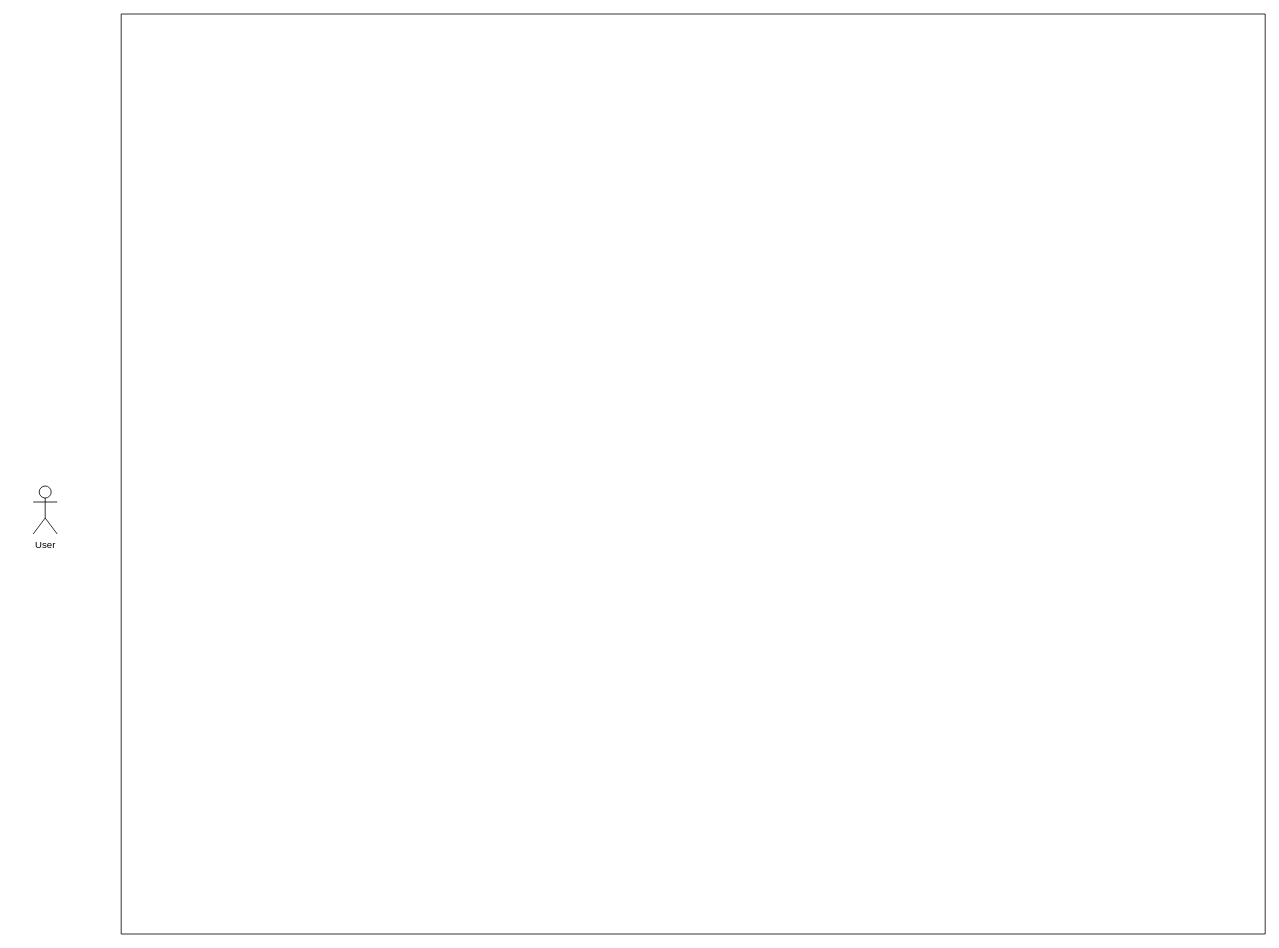
This is PrecedentDia.drawio from hard-gainer/UML, a draw.io file, before an edit. Source tidied: cells renumbered, new cells numbered last; positions are measured from the earlier drawing's top-left corner, leaving out a move shared by most shapes. Both pictures are drawn from the tidied source at 80%, with x=0, y=0 at pixel (33, 14).
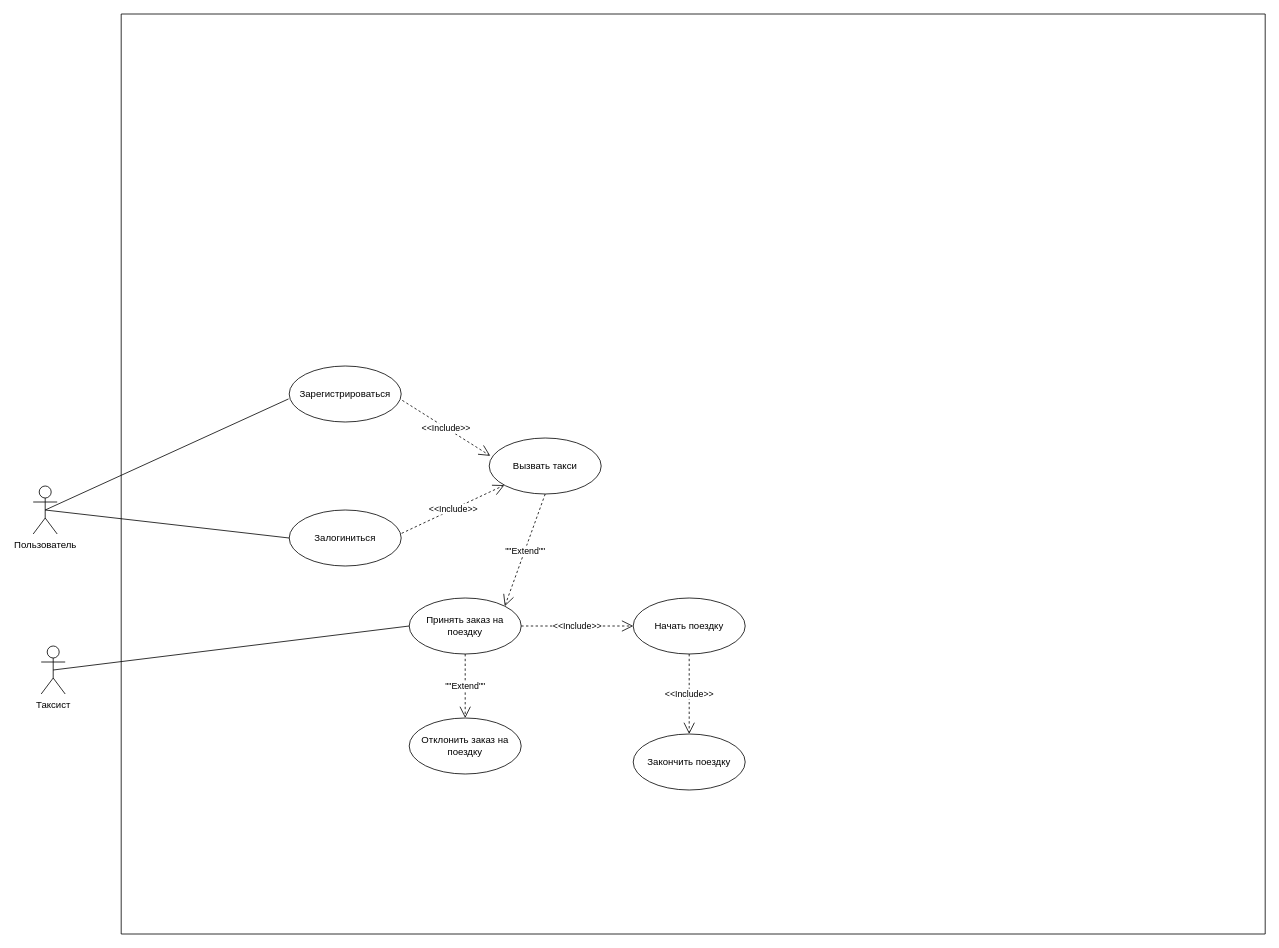
The same page after the edit.

Unchanged cells that the change refers to:
```xml
<mxCell id="3" style="swimlane;startSize=0;" parent="1" vertex="1">
  <mxGeometry x="110" width="1430" height="1150" as="geometry" />
</mxCell>
```

The edit, as a diff of the source:
```diff
@@
-    <mxCell id="2" value="User" style="shape=umlActor;verticalLabelPosition=bottom;verticalAlign=top;html=1;" parent="1" vertex="1">
+    <mxCell id="2" value="Пользователь" style="shape=umlActor;verticalLabelPosition=bottom;verticalAlign=top;html=1;" parent="1" vertex="1">
       <mxGeometry y="590" width="30" height="60" as="geometry" />
     </mxCell>
@@
+    <mxCell id="4" value="Зарегистрироваться" style="ellipse;whiteSpace=wrap;html=1;" parent="3" vertex="1">
+      <mxGeometry x="210" y="440" width="140" height="70" as="geometry" />
+    </mxCell>
+    <mxCell id="5" value="Залогиниться" style="ellipse;whiteSpace=wrap;html=1;" parent="3" vertex="1">
+      <mxGeometry x="210" y="620" width="140" height="70" as="geometry" />
+    </mxCell>
+    <mxCell id="6" value="Вызвать такси" style="ellipse;whiteSpace=wrap;html=1;" parent="3" vertex="1">
+      <mxGeometry x="460" y="530" width="140" height="70" as="geometry" />
+    </mxCell>
+    <mxCell id="7" value="&amp;lt;&amp;lt;Include&amp;gt;&amp;gt;" style="endArrow=open;endSize=12;dashed=1;html=1;rounded=0;exitX=1.004;exitY=0.417;exitDx=0;exitDy=0;exitPerimeter=0;" parent="3" edge="1" source="5" target="6">
+      <mxGeometry relative="1" as="geometry" />
+    </mxCell>
+    <mxCell id="8" value="&amp;lt;&amp;lt;Include&amp;gt;&amp;gt;" style="endArrow=open;endSize=12;dashed=1;html=1;rounded=0;exitX=1.01;exitY=0.614;exitDx=0;exitDy=0;entryX=0.01;entryY=0.319;entryDx=0;entryDy=0;entryPerimeter=0;exitPerimeter=0;" parent="3" edge="1" source="4" target="6">
+      <mxGeometry relative="1" as="geometry" />
+    </mxCell>
+    <mxCell id="9" value="Принять заказ на поездку" style="ellipse;whiteSpace=wrap;html=1;" parent="3" vertex="1">
+      <mxGeometry x="360" y="730" width="140" height="70" as="geometry" />
+    </mxCell>
+    <mxCell id="10" value="Отклонить заказ на поездку" style="ellipse;whiteSpace=wrap;html=1;" parent="3" vertex="1">
+      <mxGeometry x="360" y="880" width="140" height="70" as="geometry" />
+    </mxCell>
+    <mxCell id="11" value="&quot;&quot;Extend&quot;&quot;" style="endArrow=open;endSize=12;dashed=1;html=1;rounded=0;exitX=0.5;exitY=1;exitDx=0;exitDy=0;entryX=1;entryY=0;entryDx=0;entryDy=0;" parent="3" edge="1" source="6" target="9">
+      <mxGeometry relative="1" as="geometry" />
+    </mxCell>
+    <mxCell id="12" value="&quot;&quot;Extend&quot;&quot;" style="endArrow=open;endSize=12;dashed=1;html=1;rounded=0;exitX=0.5;exitY=1;exitDx=0;exitDy=0;entryX=0.5;entryY=0;entryDx=0;entryDy=0;" parent="3" edge="1" source="9" target="10">
+      <mxGeometry relative="1" as="geometry" />
+    </mxCell>
+    <mxCell id="13" value="Начать поездку" style="ellipse;whiteSpace=wrap;html=1;" parent="3" vertex="1">
+      <mxGeometry x="640" y="730" width="140" height="70" as="geometry" />
+    </mxCell>
+    <mxCell id="14" value="Закончить поездку" style="ellipse;whiteSpace=wrap;html=1;" parent="3" vertex="1">
+      <mxGeometry x="640" y="900" width="140" height="70" as="geometry" />
+    </mxCell>
+    <mxCell id="15" value="&amp;lt;&amp;lt;Include&amp;gt;&amp;gt;" style="endArrow=open;endSize=12;dashed=1;html=1;rounded=0;exitX=1;exitY=0.5;exitDx=0;exitDy=0;entryX=0;entryY=0.5;entryDx=0;entryDy=0;" parent="3" edge="1" source="9" target="13">
+      <mxGeometry relative="1" as="geometry" />
+    </mxCell>
+    <mxCell id="16" value="&amp;lt;&amp;lt;Include&amp;gt;&amp;gt;" style="endArrow=open;endSize=12;dashed=1;html=1;rounded=0;exitX=0.5;exitY=1;exitDx=0;exitDy=0;entryX=0.5;entryY=0;entryDx=0;entryDy=0;" parent="3" edge="1" source="13" target="14">
+      <mxGeometry relative="1" as="geometry" />
+    </mxCell>
+    <mxCell id="17" style="endArrow=none;html=1;rounded=0;exitX=0.5;exitY=0.5;exitDx=0;exitDy=0;exitPerimeter=0;entryX=-0.006;entryY=0.588;entryDx=0;entryDy=0;entryPerimeter=0;" parent="1" edge="1" source="2" target="4">
+      <mxGeometry relative="1" as="geometry" />
+    </mxCell>
+    <mxCell id="18" style="endArrow=none;html=1;rounded=0;exitX=0.5;exitY=0.5;exitDx=0;exitDy=0;exitPerimeter=0;entryX=0;entryY=0.5;entryDx=0;entryDy=0;" parent="1" edge="1" source="2" target="5">
+      <mxGeometry relative="1" as="geometry" />
+    </mxCell>
+    <mxCell id="19" value="Таксист" style="shape=umlActor;verticalLabelPosition=bottom;verticalAlign=top;html=1;outlineConnect=0;" parent="1" vertex="1">
+      <mxGeometry x="10" y="790" width="30" height="60" as="geometry" />
+    </mxCell>
+    <mxCell id="20" style="endArrow=none;html=1;rounded=0;exitX=0.5;exitY=0.5;exitDx=0;exitDy=0;exitPerimeter=0;entryX=0;entryY=0.5;entryDx=0;entryDy=0;" parent="1" edge="1" source="19" target="9">
+      <mxGeometry relative="1" as="geometry" />
+    </mxCell>
```
